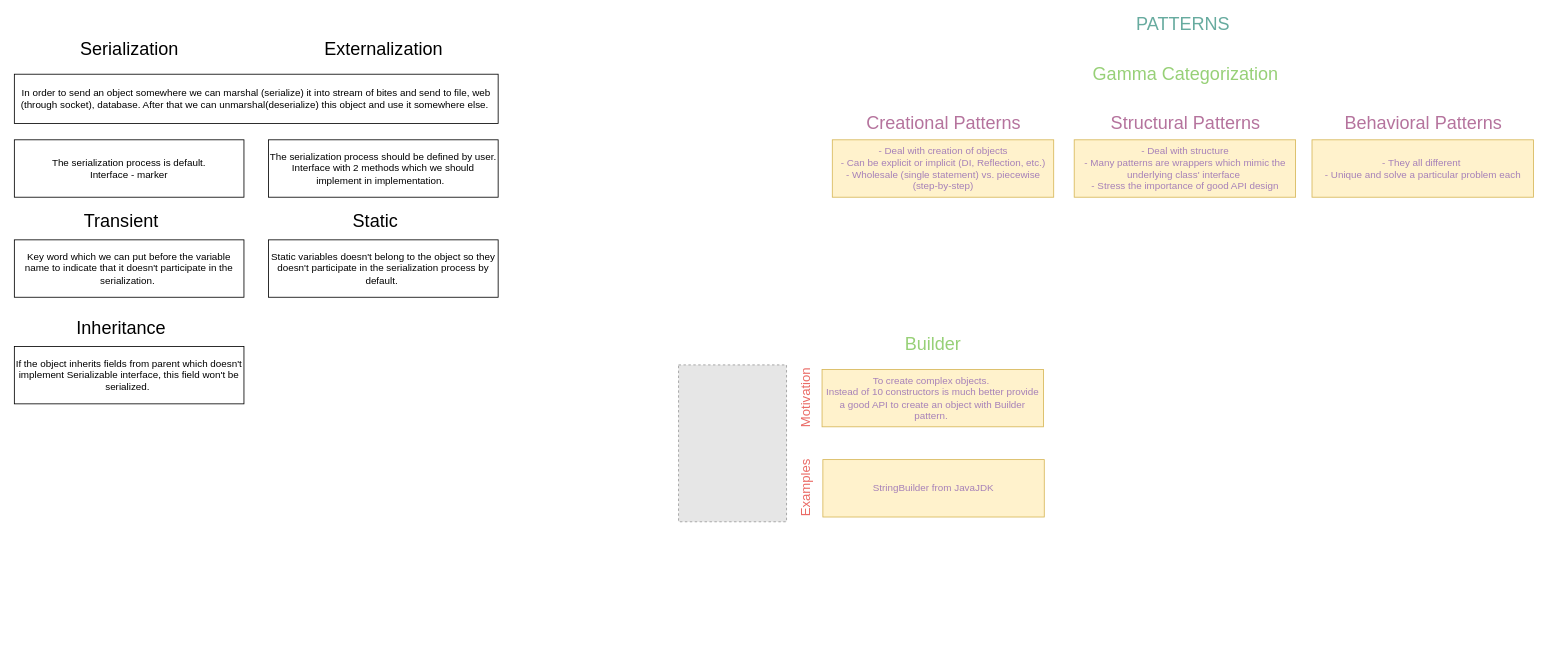
Earlier version of the draw.io diagram ProgrammingConspectus.drawio (FedosovMax/diagrams). Source tidied: cells renumbered, new cells numbered last; positions are measured from the earlier drawing's top-left corner, leaving out a move shared by most shapes. Both pictures are drawn from the tidied source at 82%, with x=0, y=0 at pixel (14, 16). Pictures stored in the file or linked from it are replaced by grey dashed boxes.
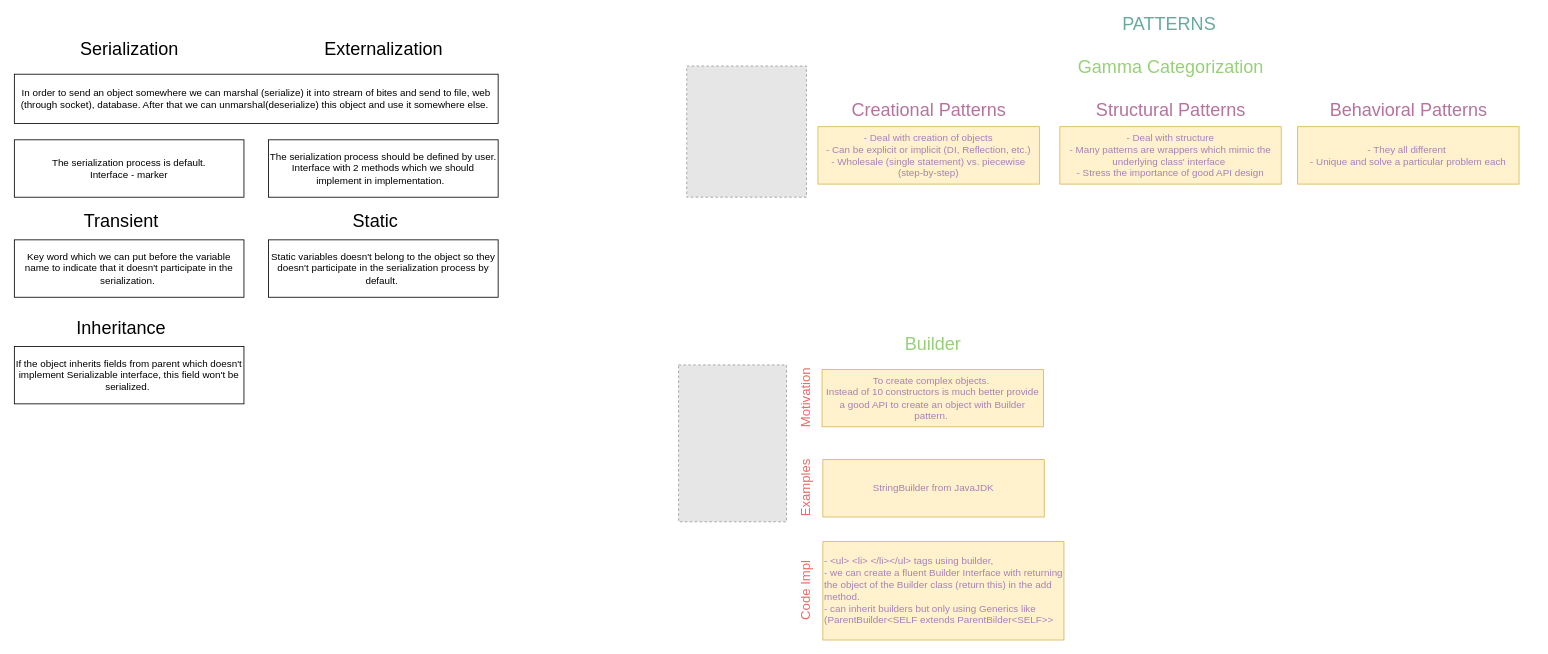
The same page after the edit.

What changed in the source:
```diff
@@
     <mxCell id="13" value="&lt;span style=&quot;font-size: 22px&quot;&gt;&lt;font color=&quot;#67ab9f&quot;&gt;PATTERNS&lt;/font&gt;&lt;/span&gt;" style="text;html=1;align=center;verticalAlign=middle;fillColor=none;strokeColor=none;" parent="1" vertex="1">
-      <mxGeometry x="1360" width="130" height="20" as="geometry" />
+      <mxGeometry x="1342.5" width="130" height="20" as="geometry" />
     </mxCell>
     <mxCell id="14" value="&lt;span style=&quot;font-size: 22px&quot;&gt;Gamma Categorization&lt;/span&gt;" style="text;html=1;align=center;verticalAlign=middle;fontColor=#97D077;" parent="1" vertex="1">
-      <mxGeometry x="1307.5" y="60" width="240" height="20" as="geometry" />
+      <mxGeometry x="1290" y="52" width="240" height="20" as="geometry" />
     </mxCell>
     <mxCell id="15" value="&lt;span style=&quot;font-size: 22px&quot;&gt;Creational Patterns&lt;/span&gt;" style="text;html=1;align=center;verticalAlign=middle;fontColor=#B5739D;" parent="1" vertex="1">
-      <mxGeometry x="1032.5" y="120" width="200" height="20" as="geometry" />
+      <mxGeometry x="1015" y="104" width="200" height="20" as="geometry" />
     </mxCell>
     <mxCell id="16" value="- Deal with creation of objects&lt;br&gt;- Can be explicit or implicit (DI, Reflection, etc.)&lt;br&gt;- Wholesale (single statement) vs. piecewise (step-by-step)" style="rounded=0;whiteSpace=wrap;html=1;fillColor=#fff2cc;strokeColor=#d6b656;labelBackgroundColor=none;fontColor=#A680B8;" parent="1" vertex="1">
-      <mxGeometry x="997.5" y="150" width="270" height="70" as="geometry" />
+      <mxGeometry x="980" y="134" width="270" height="70" as="geometry" />
     </mxCell>
     <mxCell id="17" value="&lt;span style=&quot;font-size: 22px&quot;&gt;Structural Patterns&lt;/span&gt;" style="text;html=1;align=center;verticalAlign=middle;fontColor=#B5739D;" parent="1" vertex="1">
-      <mxGeometry x="1327.5" y="120" width="200" height="20" as="geometry" />
+      <mxGeometry x="1310" y="104" width="200" height="20" as="geometry" />
     </mxCell>
     <mxCell id="18" value="- Deal with structure&lt;br&gt;- Many patterns are wrappers which mimic the underlying class' interface&amp;nbsp;&lt;br&gt;- Stress the importance of good API design" style="rounded=0;whiteSpace=wrap;html=1;fillColor=#fff2cc;strokeColor=#d6b656;labelBackgroundColor=none;fontColor=#A680B8;" parent="1" vertex="1">
-      <mxGeometry x="1292.5" y="150" width="270" height="70" as="geometry" />
+      <mxGeometry x="1275" y="134" width="270" height="70" as="geometry" />
     </mxCell>
     <mxCell id="19" value="&lt;span style=&quot;font-size: 22px&quot;&gt;Behavioral Patterns&lt;/span&gt;" style="text;html=1;align=center;verticalAlign=middle;fontColor=#B5739D;" parent="1" vertex="1">
-      <mxGeometry x="1612.5" y="120" width="210" height="20" as="geometry" />
+      <mxGeometry x="1595" y="104" width="210" height="20" as="geometry" />
     </mxCell>
     <mxCell id="20" value="- They all different&amp;nbsp;&lt;br&gt;- Unique and solve a particular problem each" style="rounded=0;whiteSpace=wrap;html=1;fillColor=#fff2cc;strokeColor=#d6b656;labelBackgroundColor=none;fontColor=#A680B8;" parent="1" vertex="1">
-      <mxGeometry x="1582.5" y="150" width="270" height="70" as="geometry" />
+      <mxGeometry x="1565" y="134" width="270" height="70" as="geometry" />
     </mxCell>
@@
+    <mxCell id="27" style="fillColor=#E6E6E6;strokeColor=#999999;dashed=1;verticalLabelPosition=bottom;labelBackgroundColor=#ffffff;verticalAlign=top;" parent="1" vertex="1">
+      <mxGeometry x="820" y="60" width="146" height="160" as="geometry" />
+    </mxCell>
+    <mxCell id="28" value="&lt;span&gt;- &amp;lt;ul&amp;gt; &amp;lt;li&amp;gt; &amp;lt;/li&amp;gt;&amp;lt;/ul&amp;gt; tags using builder,&lt;/span&gt;&lt;br&gt;&lt;div&gt;&lt;span&gt;- we can create a fluent Builder Interface with returning the object of the Builder class (return this) in the add method.&amp;nbsp;&amp;nbsp;&lt;/span&gt;&lt;/div&gt;&lt;div&gt;&lt;span&gt;- can inherit builders but only using Generics like (ParentBuilder&amp;lt;SELF extends ParentBilder&amp;lt;SELF&amp;gt;&amp;gt;&lt;/span&gt;&lt;/div&gt;" style="rounded=0;whiteSpace=wrap;html=1;fillColor=#fff2cc;strokeColor=#d6b656;labelBackgroundColor=none;fontColor=#A680B8;align=left;" parent="1" vertex="1">
+      <mxGeometry x="986" y="640" width="294" height="120" as="geometry" />
+    </mxCell>
+    <mxCell id="29" value="&lt;font color=&quot;#ea6b66&quot; style=&quot;font-size: 16px&quot;&gt;Code Impl&lt;br&gt;&lt;/font&gt;" style="text;html=1;align=center;verticalAlign=middle;fontColor=#97D077;rotation=-90;" parent="1" vertex="1">
+      <mxGeometry x="920" y="690" width="90" height="20" as="geometry" />
+    </mxCell>
```
